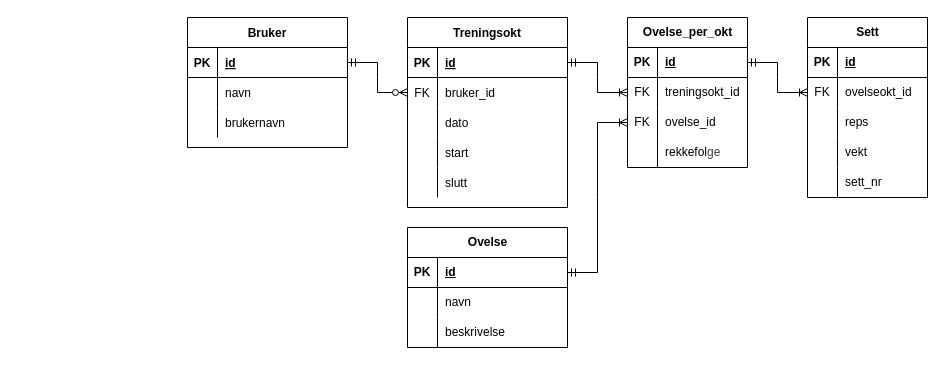
This is Datamodell.drawio from nikirack/prosjekt-arbeid, a draw.io file, before an edit. Source tidied: cells renumbered, new cells numbered last; positions are measured from the earlier drawing's top-left corner, leaving out a move shared by most shapes. Both pictures are drawn from the tidied source at 100%, with x=0, y=0 at pixel (187, 17).
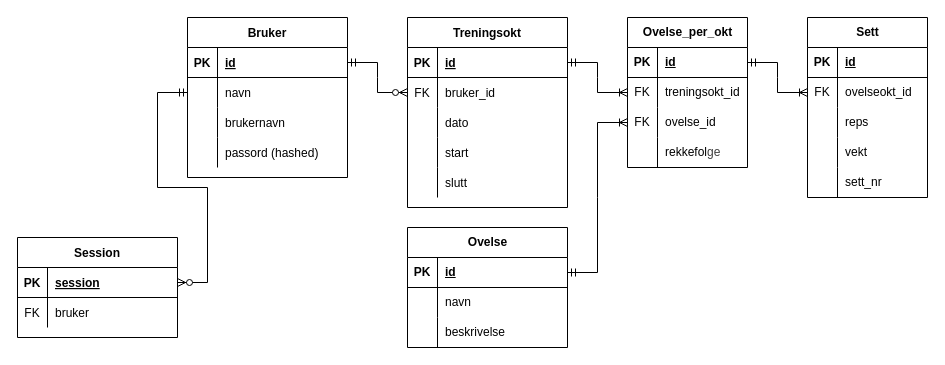
After the change.

The change refers to these unchanged cells:
```xml
<mxCell id="6" style="shape=partialRectangle;fillColor=none;points=[[0,0.5],[1,0.5]];portConstraint=eastwest;top=0;left=0;right=0;bottom=0;" parent="2" vertex="1">
  <mxGeometry y="60" width="160" height="30" as="geometry" />
</mxCell>
```

Diff of the diagram source:
```diff
@@
     <mxCell id="2" value="Bruker" style="shape=table;startSize=30;childLayout=tableLayout;rowLines=0;fontStyle=1;align=center;" parent="1" vertex="1">
-      <mxGeometry width="160" height="130" as="geometry" />
+      <mxGeometry width="160" height="160" as="geometry" />
     </mxCell>
@@
+    <mxCell id="71" style="shape=partialRectangle;fillColor=none;top=0;left=0;right=0;bottom=0;" parent="2" vertex="1">
+      <mxGeometry y="120" width="160" height="30" as="geometry" />
+    </mxCell>
+    <mxCell id="72" style="shape=partialRectangle;overflow=hidden;fillColor=none;top=0;left=0;bottom=0;right=0;" parent="71" vertex="1">
+      <mxGeometry width="30" height="30" as="geometry" />
+    </mxCell>
+    <mxCell id="73" value="passord (hashed)" style="shape=partialRectangle;overflow=hidden;fillColor=none;top=0;left=0;bottom=0;right=0;align=left;spacingLeft=6;" parent="71" vertex="1">
+      <mxGeometry x="30" width="130" height="30" as="geometry" />
+    </mxCell>
@@
+    <mxCell id="74" value="Session" style="shape=table;startSize=30;childLayout=tableLayout;rowLines=0;fontStyle=1;align=center;" parent="1" vertex="1">
+      <mxGeometry x="-170" y="220" width="160" height="100" as="geometry" />
+    </mxCell>
+    <mxCell id="75" style="shape=partialRectangle;fillColor=none;points=[[0,0.5],[1,0.5]];portConstraint=eastwest;top=0;left=0;right=0;bottom=1;" parent="74" vertex="1">
+      <mxGeometry y="30" width="160" height="30" as="geometry" />
+    </mxCell>
+    <mxCell id="76" value="PK" style="shape=partialRectangle;overflow=hidden;fillColor=none;top=0;left=0;bottom=0;right=0;fontStyle=1;" parent="75" vertex="1">
+      <mxGeometry width="30" height="30" as="geometry" />
+    </mxCell>
+    <mxCell id="77" value="session" style="shape=partialRectangle;overflow=hidden;fillColor=none;top=0;left=0;bottom=0;right=0;align=left;spacingLeft=6;fontStyle=5;" parent="75" vertex="1">
+      <mxGeometry x="30" width="130" height="30" as="geometry" />
+    </mxCell>
+    <mxCell id="78" style="shape=partialRectangle;fillColor=none;top=0;left=0;right=0;bottom=0;" parent="74" vertex="1">
+      <mxGeometry y="60" width="160" height="30" as="geometry" />
+    </mxCell>
+    <mxCell id="79" value="FK" style="shape=partialRectangle;overflow=hidden;fillColor=none;top=0;left=0;bottom=0;right=0;" parent="78" vertex="1">
+      <mxGeometry width="30" height="30" as="geometry" />
+    </mxCell>
+    <mxCell id="80" value="bruker" style="shape=partialRectangle;overflow=hidden;fillColor=none;top=0;left=0;bottom=0;right=0;align=left;spacingLeft=6;" parent="78" vertex="1">
+      <mxGeometry x="30" width="130" height="30" as="geometry" />
+    </mxCell>
+    <mxCell id="81" style="edgeStyle=entityRelationEdgeStyle;fontSize=12;html=1;endArrow=ERzeroToMany;startArrow=ERmandOne;rounded=0;entryX=1;entryY=0.5;entryDx=0;entryDy=0;exitX=0;exitY=0.5;exitDx=0;exitDy=0;" parent="1" edge="1" source="6" target="75">
+      <mxGeometry relative="1" as="geometry">
+        <Array as="points">
+          <mxPoint x="80" y="325" />
+        </Array>
+      </mxGeometry>
+    </mxCell>
```
